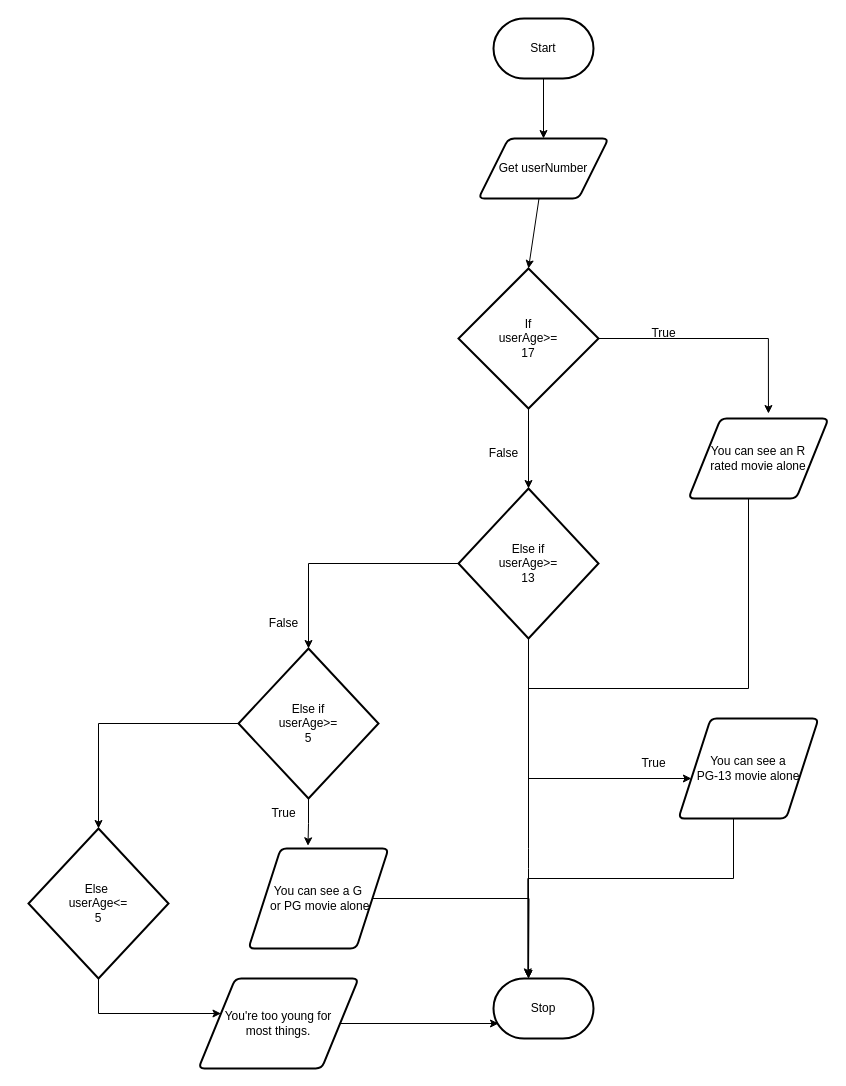
Above: design/flowchart.drawio in MTHS-ICD2O-1-2023/ICD2O-Unit-5-03-fetuha-gebremekeal (draw.io), before the change. Source tidied: cells renumbered, new cells numbered last; positions are measured from the earlier drawing's top-left corner, leaving out a move shared by most shapes. Both pictures are drawn from the tidied source at 100%, with x=0, y=0 at pixel (28, 18).
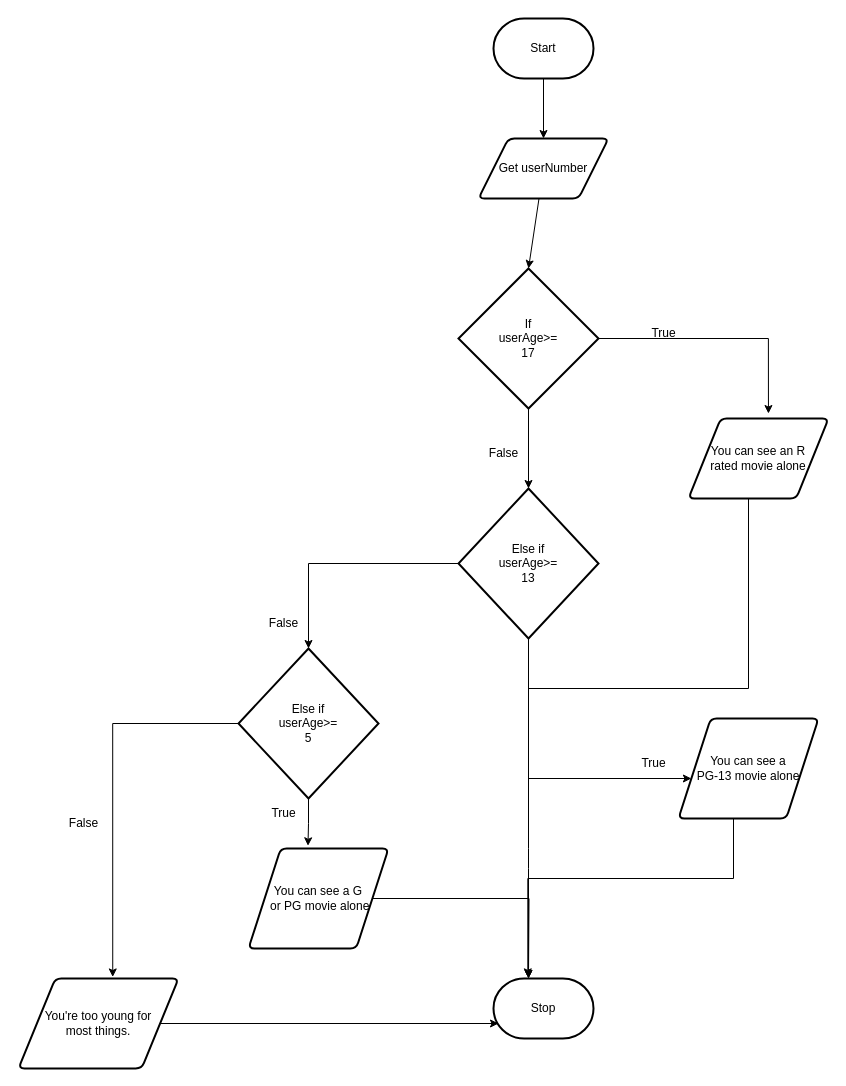
The same diagram, later.

Unchanged cells that the change refers to:
```xml
<mxCell id="24" value="Else if&lt;br&gt;userAge&amp;gt;=&lt;br&gt;5" style="strokeWidth=2;html=1;shape=mxgraph.flowchart.decision;whiteSpace=wrap;" parent="1" vertex="1">
  <mxGeometry x="210" y="630" width="140" height="150" as="geometry" />
</mxCell>
```

What changed in the source:
```diff
@@
-    <mxCell id="23" style="edgeStyle=orthogonalEdgeStyle;rounded=0;html=1;exitX=0;exitY=0.5;exitDx=0;exitDy=0;exitPerimeter=0;entryX=0.5;entryY=0;entryDx=0;entryDy=0;entryPerimeter=0;" parent="1" edge="1" source="24" target="29">
-      <mxGeometry relative="1" as="geometry" />
-    </mxCell>
+    <mxCell id="32" style="edgeStyle=orthogonalEdgeStyle;rounded=0;html=1;entryX=0.589;entryY=-0.017;entryDx=0;entryDy=0;entryPerimeter=0;" parent="1" edge="1" source="24" target="31">
+      <mxGeometry relative="1" as="geometry" />
+    </mxCell>
@@
-    <mxCell id="28" style="edgeStyle=orthogonalEdgeStyle;rounded=0;html=1;" parent="1" edge="1" source="29" target="31">
-      <mxGeometry relative="1" as="geometry">
-        <Array as="points">
-          <mxPoint x="70" y="995" />
-        </Array>
-      </mxGeometry>
-    </mxCell>
-    <mxCell id="29" value="Else&amp;nbsp;&lt;br&gt;userAge&amp;lt;=&lt;br&gt;5" style="strokeWidth=2;html=1;shape=mxgraph.flowchart.decision;whiteSpace=wrap;" parent="1" vertex="1">
-      <mxGeometry y="810" width="140" height="150" as="geometry" />
-    </mxCell>
@@
     <mxCell id="31" value="You're too young for &lt;br&gt;most things." style="shape=parallelogram;html=1;strokeWidth=2;perimeter=parallelogramPerimeter;whiteSpace=wrap;rounded=1;arcSize=12;size=0.23;fontFamily=Helvetica;fontSize=12;fontColor=default;fillColor=none;gradientColor=none;" parent="1" vertex="1">
-      <mxGeometry x="170" y="960" width="160" height="90" as="geometry" />
+      <mxGeometry x="-10" y="960" width="160" height="90" as="geometry" />
     </mxCell>
+    <mxCell id="33" value="False" style="text;html=1;align=center;verticalAlign=middle;strokeColor=none;fillColor=none;fontSize=12;fontFamily=Helvetica;fontColor=default;" parent="1" vertex="1">
+      <mxGeometry x="30" y="790" width="50" height="30" as="geometry" />
+    </mxCell>
```
